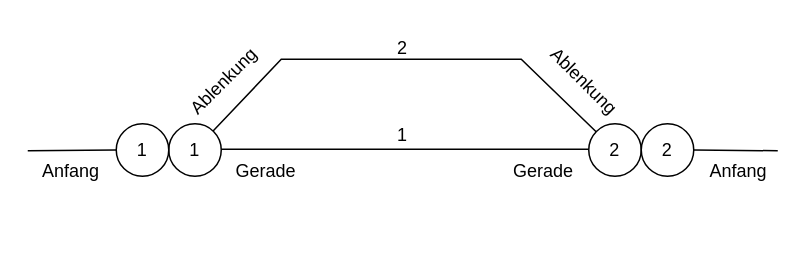
Earlier version of the draw.io diagram graph_db/Doubl_Vertex_Theoretical.drawio (pascalreiss/draw_io_stuff). Source tidied: cells renumbered, new cells numbered last; positions are measured from the earlier drawing's top-left corner, leaving out a move shared by most shapes. Both pictures are drawn from the tidied source at 150%, with x=0, y=0 at pixel (26, 26).
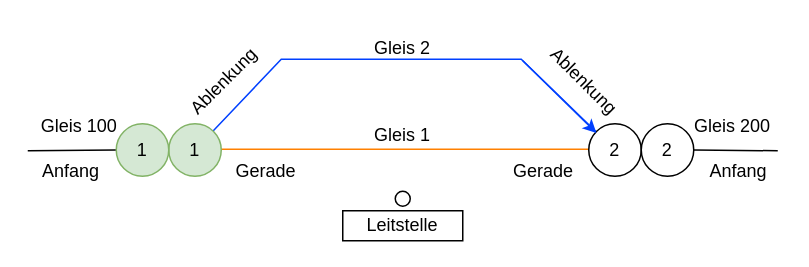
Above is the later version.

The change refers to these unchanged cells:
```xml
<mxCell id="7" value="2" style="ellipse;whiteSpace=wrap;html=1;" parent="1" vertex="1">
  <mxGeometry x="375" y="65" width="35" height="35" as="geometry" />
</mxCell>
```

The edit, as a diff of the source:
```diff
@@
-    <mxCell id="3" style="endArrow=none;html=1;rounded=0;" parent="1" edge="1">
+    <mxCell id="3" style="endArrow=none;html=1;rounded=0;strokeColor=#FF8000;" parent="1" edge="1">
       <mxGeometry relative="1" as="geometry">
         <mxPoint x="130" y="82" as="sourcePoint" />
         <mxPoint x="375" y="82" as="targetPoint" />
       </mxGeometry>
     </mxCell>
-    <mxCell id="4" style="endArrow=none;html=1;rounded=0;" parent="1" edge="1" source="6" target="7">
+    <mxCell id="4" style="endArrow=none;html=1;rounded=0;strokeColor=#0040FF;" parent="1" edge="1" source="6" target="7">
       <mxGeometry relative="1" as="geometry">
         <Array as="points">
           <mxPoint x="170" y="22" />
           <mxPoint x="330" y="22" />
         </Array>
       </mxGeometry>
     </mxCell>
@@
-    <mxCell id="6" value="1" style="ellipse;whiteSpace=wrap;html=1;" parent="1" vertex="1">
+    <mxCell id="6" value="1" style="ellipse;whiteSpace=wrap;html=1;fillColor=#d5e8d4;strokeColor=#82b366;" parent="1" vertex="1">
       <mxGeometry x="95" y="65" width="35" height="35" as="geometry" />
     </mxCell>
@@
-    <mxCell id="13" value="1" style="ellipse;whiteSpace=wrap;html=1;" parent="1" vertex="1">
+    <mxCell id="13" value="1" style="ellipse;whiteSpace=wrap;html=1;fillColor=#d5e8d4;strokeColor=#82b366;" parent="1" vertex="1">
       <mxGeometry x="60" y="65" width="35" height="35" as="geometry" />
     </mxCell>
@@
-    <mxCell id="16" value="2" style="text;html=1;align=center;verticalAlign=middle;whiteSpace=wrap;rounded=0;" parent="1" vertex="1">
+    <mxCell id="16" value="Gleis 2" style="text;html=1;align=center;verticalAlign=middle;whiteSpace=wrap;rounded=0;" parent="1" vertex="1">
       <mxGeometry x="221" width="60" height="30" as="geometry" />
     </mxCell>
-    <mxCell id="17" value="1" style="text;html=1;align=center;verticalAlign=middle;whiteSpace=wrap;rounded=0;" parent="1" vertex="1">
+    <mxCell id="17" value="Gleis 1" style="text;html=1;align=center;verticalAlign=middle;whiteSpace=wrap;rounded=0;" parent="1" vertex="1">
       <mxGeometry x="221" y="58" width="60" height="30" as="geometry" />
     </mxCell>
+    <mxCell id="18" style="ellipse;whiteSpace=wrap;html=1;" parent="1" vertex="1">
+      <mxGeometry x="246" y="110" width="10" height="10" as="geometry" />
+    </mxCell>
+    <mxCell id="19" value="Leitstelle" style="rounded=0;whiteSpace=wrap;html=1;" parent="1" vertex="1">
+      <mxGeometry x="211" y="123" width="80" height="20" as="geometry" />
+    </mxCell>
+    <mxCell id="20" value="Gleis 100" style="text;html=1;align=center;verticalAlign=middle;strokeColor=none;fillColor=none;" parent="1" vertex="1">
+      <mxGeometry y="52" width="70" height="30" as="geometry" />
+    </mxCell>
+    <mxCell id="21" value="Gleis 200" style="text;html=1;align=center;verticalAlign=middle;whiteSpace=wrap;rounded=0;" parent="1" vertex="1">
+      <mxGeometry x="441" y="52" width="60" height="30" as="geometry" />
+    </mxCell>
+    <mxCell id="22" style="endArrow=classic;html=1;rounded=0;entryX=0;entryY=0;entryDx=0;entryDy=0;strokeColor=#0040FF;" parent="1" edge="1">
+      <mxGeometry relative="1" as="geometry">
+        <mxPoint x="331" y="23" as="sourcePoint" />
+        <mxPoint x="380.1" y="71.1" as="targetPoint" />
+      </mxGeometry>
+    </mxCell>
```
